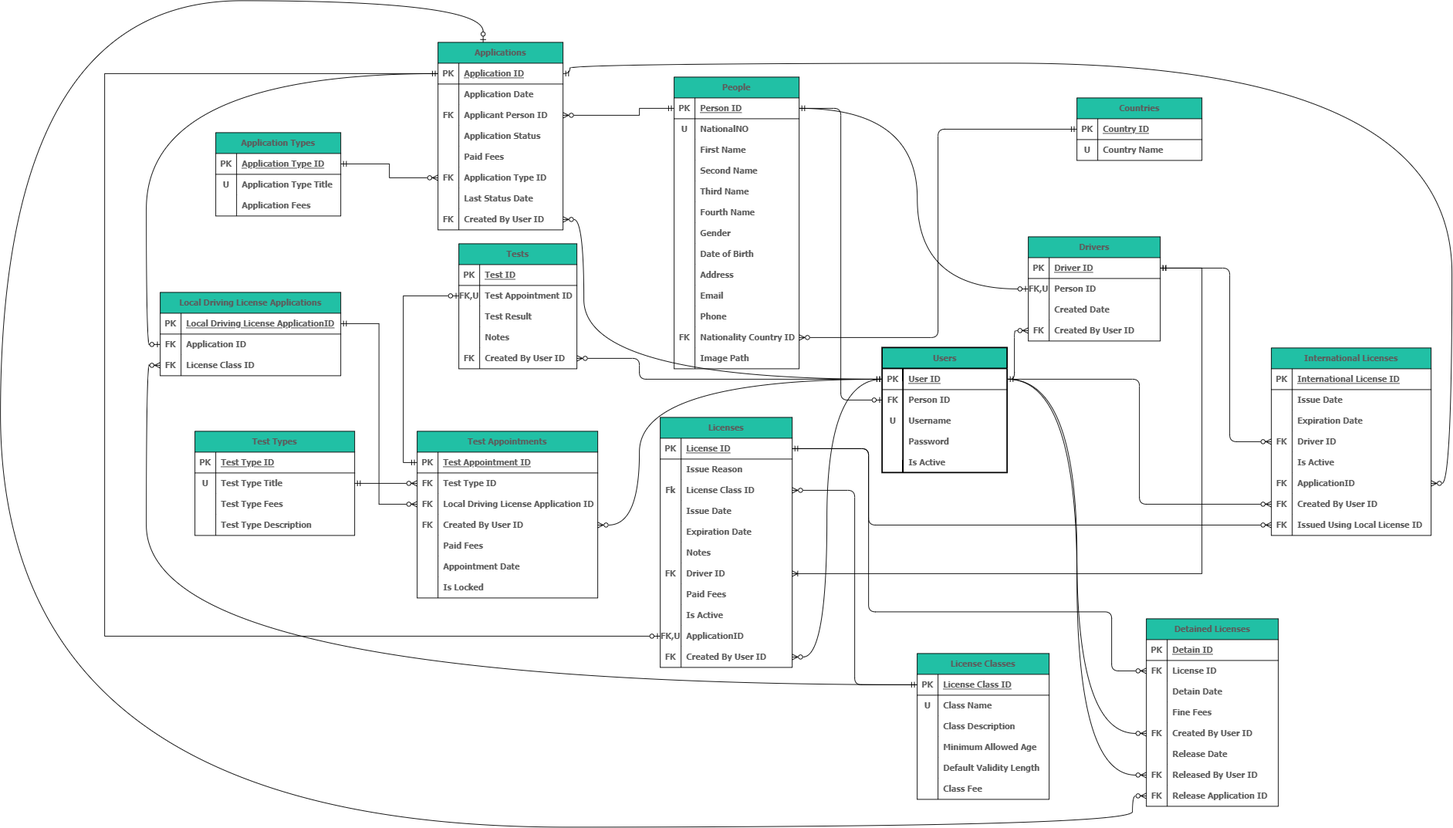
Earlier version of the draw.io export Docs/DVLD-Schema.png (N-Elhamidi/Driver-License-Management). Source tidied: cells renumbered, new cells last; positions are measured from the earlier drawing's top-left corner, leaving out a move shared by most shapes.
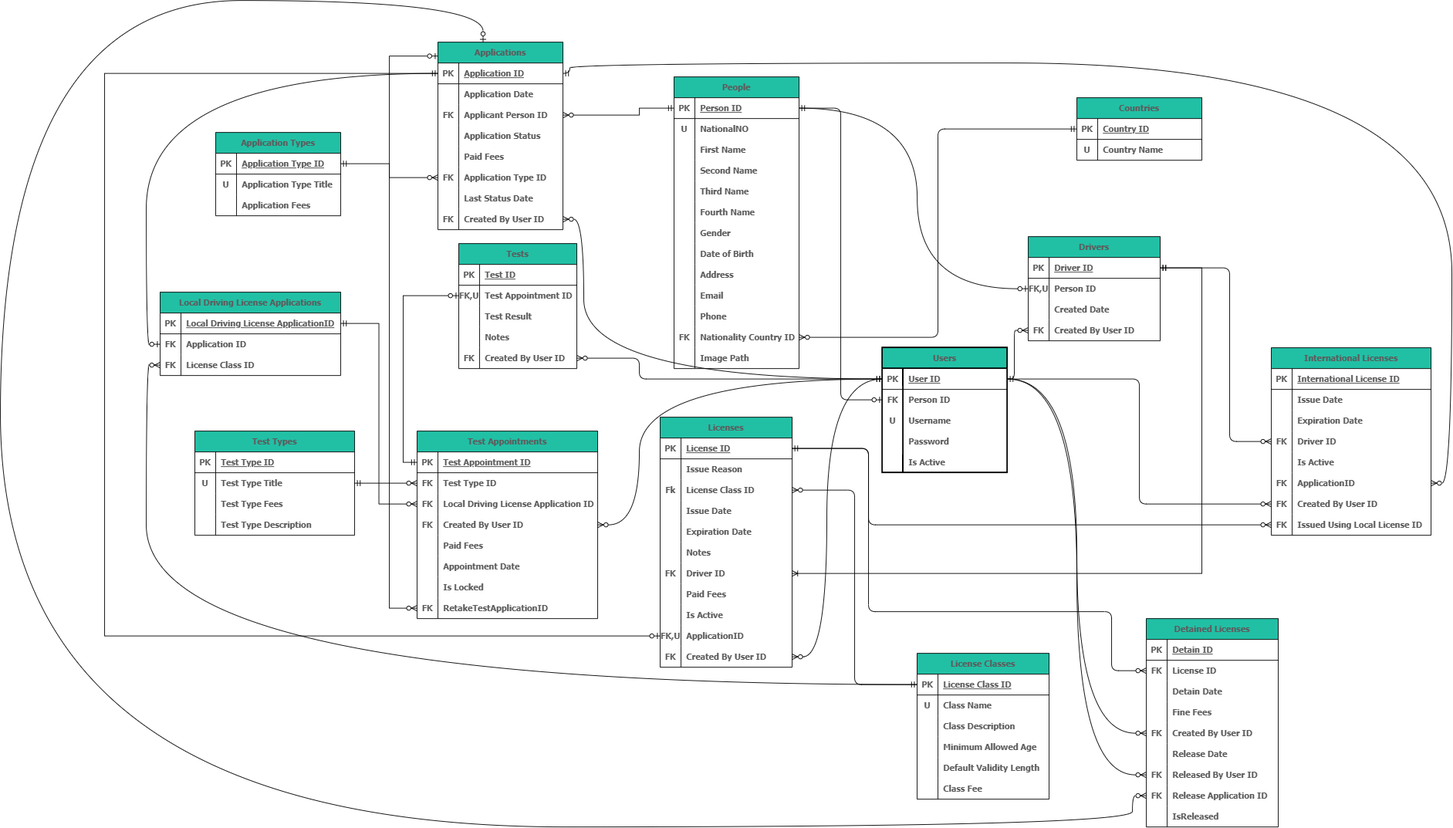
The same file after the commit.

Commit message:
Update TestAppointments table and add schema diagram picture

Change to the diagram source:
```diff
@@ -544,7 +544,7 @@
       <mxGeometry relative="1" as="geometry" />
     </mxCell>
     <mxCell id="179" value="Test Appointments" style="shape=table;startSize=30;rowLines=0;fontStyle=1;align=center;labelBackgroundColor=none;fillColor=#21C0A5;strokeColor=default;fontColor=#5C5C5C;rounded=0;strokeWidth=1;shadow=0;labelBorderColor=none;textShadow=0;fontFamily=Tahoma;swimlaneLine=1;" parent="1" vertex="1">
-      <mxGeometry x="600" y="620" width="260" height="240" as="geometry" />
+      <mxGeometry x="600" y="620" width="260" height="270" as="geometry" />
     </mxCell>
     <mxCell id="180" style="shape=tableRow;horizontal=0;startSize=0;swimlaneHead=0;swimlaneBody=0;fillColor=none;points=[[0,0.5],[1,0.5]];portConstraint=eastwest;top=0;left=0;right=0;bottom=1;labelBackgroundColor=none;strokeColor=default;fontColor=#5C5C5C;rounded=0;strokeWidth=1;shadow=0;fontStyle=1;labelBorderColor=none;textShadow=0;fontFamily=Tahoma;swimlaneLine=1;" parent="179" vertex="1">
       <mxGeometry y="30" width="260" height="30" as="geometry" />
@@ -609,6 +609,15 @@
     <mxCell id="200" value="Is Locked" style="shape=partialRectangle;fillColor=none;top=0;left=0;bottom=0;right=0;align=left;spacingLeft=6;overflow=hidden;labelBackgroundColor=none;strokeColor=default;fontColor=#5C5C5C;rounded=0;strokeWidth=1;shadow=0;fontStyle=1;labelBorderColor=none;textShadow=0;fontFamily=Tahoma;swimlaneLine=1;" parent="198" vertex="1">
       <mxGeometry x="30" width="230" height="30" as="geometry" />
     </mxCell>
+    <mxCell id="303" style="shape=tableRow;horizontal=0;startSize=0;swimlaneHead=0;swimlaneBody=0;fillColor=none;points=[[0,0.5],[1,0.5]];portConstraint=eastwest;top=0;left=0;right=0;bottom=0;labelBackgroundColor=none;strokeColor=default;fontColor=#5C5C5C;rounded=0;strokeWidth=1;shadow=0;fontStyle=1;labelBorderColor=none;textShadow=0;fontFamily=Tahoma;swimlaneLine=1;" parent="179" vertex="1">
+      <mxGeometry y="240" width="260" height="30" as="geometry" />
+    </mxCell>
+    <mxCell id="304" value="FK" style="shape=partialRectangle;fillColor=none;top=0;left=0;bottom=0;right=0;overflow=hidden;labelBackgroundColor=none;strokeColor=default;fontColor=#5C5C5C;rounded=0;strokeWidth=1;shadow=0;fontStyle=1;labelBorderColor=none;textShadow=0;fontFamily=Tahoma;swimlaneLine=1;" parent="303" vertex="1">
+      <mxGeometry width="30" height="30" as="geometry" />
+    </mxCell>
+    <mxCell id="305" value="RetakeTestApplicationID" style="shape=partialRectangle;fillColor=none;top=0;left=0;bottom=0;right=0;align=left;spacingLeft=6;overflow=hidden;labelBackgroundColor=none;strokeColor=default;fontColor=#5C5C5C;rounded=0;strokeWidth=1;shadow=0;fontStyle=1;labelBorderColor=none;textShadow=0;fontFamily=Tahoma;swimlaneLine=1;" parent="303" vertex="1">
+      <mxGeometry x="30" width="230" height="30" as="geometry" />
+    </mxCell>
     <mxCell id="201" style="edgeStyle=orthogonalEdgeStyle;rounded=0;jettySize=auto;html=1;entryX=0;entryY=0.5;entryDx=0;entryDy=0;endArrow=ERzeroToOne;endFill=0;strokeWidth=1;curved=1;" parent="1" edge="1" source="3" target="46">
       <mxGeometry relative="1" as="geometry">
         <Array as="points">
@@ -881,7 +890,7 @@
       </mxGeometry>
     </mxCell>
     <mxCell id="274" value="Detained Licenses" style="shape=table;startSize=30;rowLines=0;fontStyle=1;align=center;labelBackgroundColor=none;fillColor=#21C0A5;strokeColor=default;fontColor=#5C5C5C;rounded=0;strokeWidth=1;shadow=0;labelBorderColor=none;textShadow=0;fontFamily=Tahoma;swimlaneLine=1;" parent="1" vertex="1">
-      <mxGeometry x="1650" y="890" width="190" height="270" as="geometry" />
+      <mxGeometry x="1650" y="890" width="190" height="300" as="geometry" />
     </mxCell>
     <mxCell id="275" style="shape=tableRow;horizontal=0;startSize=0;swimlaneHead=0;swimlaneBody=0;fillColor=none;top=0;left=0;right=0;bottom=1;labelBackgroundColor=none;strokeColor=default;fontColor=#5C5C5C;rounded=0;strokeWidth=1;shadow=0;fontStyle=1;labelBorderColor=none;textShadow=0;fontFamily=Tahoma;swimlaneLine=1;" parent="274" vertex="1">
       <mxGeometry y="30" width="190" height="30" as="geometry" />
@@ -955,6 +964,15 @@
     <mxCell id="298" value="Release Application ID" style="shape=partialRectangle;fillColor=none;top=0;left=0;bottom=0;right=0;align=left;spacingLeft=6;overflow=hidden;labelBackgroundColor=none;strokeColor=default;fontColor=#5C5C5C;rounded=0;strokeWidth=1;shadow=0;fontStyle=1;labelBorderColor=none;textShadow=0;fontFamily=Tahoma;swimlaneLine=1;" parent="296" vertex="1">
       <mxGeometry x="30" width="160" height="30" as="geometry" />
     </mxCell>
+    <mxCell id="306" style="shape=tableRow;horizontal=0;startSize=0;swimlaneHead=0;swimlaneBody=0;fillColor=none;top=0;left=0;right=0;bottom=0;labelBackgroundColor=none;strokeColor=default;fontColor=#5C5C5C;rounded=0;strokeWidth=1;shadow=0;fontStyle=1;labelBorderColor=none;textShadow=0;fontFamily=Tahoma;swimlaneLine=1;" parent="274" vertex="1">
+      <mxGeometry y="270" width="190" height="30" as="geometry" />
+    </mxCell>
+    <mxCell id="307" style="shape=partialRectangle;fillColor=none;top=0;left=0;bottom=0;right=0;overflow=hidden;labelBackgroundColor=none;strokeColor=default;fontColor=#5C5C5C;rounded=0;strokeWidth=1;shadow=0;fontStyle=1;labelBorderColor=none;textShadow=0;fontFamily=Tahoma;swimlaneLine=1;" parent="306" vertex="1">
+      <mxGeometry width="30" height="30" as="geometry" />
+    </mxCell>
+    <mxCell id="308" value="IsReleased" style="shape=partialRectangle;fillColor=none;top=0;left=0;bottom=0;right=0;align=left;spacingLeft=6;overflow=hidden;labelBackgroundColor=none;strokeColor=default;fontColor=#5C5C5C;rounded=0;strokeWidth=1;shadow=0;fontStyle=1;labelBorderColor=none;textShadow=0;fontFamily=Tahoma;swimlaneLine=1;" parent="306" vertex="1">
+      <mxGeometry x="30" width="160" height="30" as="geometry" />
+    </mxCell>
     <mxCell id="299" style="edgeStyle=orthogonalEdgeStyle;rounded=1;jettySize=auto;html=1;entryX=1;entryY=0.5;entryDx=0;entryDy=0;endArrow=none;endFill=0;startArrow=ERzeroToMany;startFill=0;curved=0;" parent="1" edge="1" source="278" target="103">
       <mxGeometry relative="1" as="geometry">
         <Array as="points">
@@ -983,5 +1001,15 @@
         </Array>
       </mxGeometry>
     </mxCell>
+    <mxCell id="309" style="edgeStyle=orthogonalEdgeStyle;rounded=0;jettySize=auto;html=1;endArrow=ERzeroToOne;endFill=0;startArrow=ERzeroToMany;startFill=0;" parent="1" edge="1" source="303">
+      <mxGeometry relative="1" as="geometry">
+        <mxPoint x="630" y="80" as="targetPoint" />
+        <Array as="points">
+          <mxPoint x="560.1" y="875" />
+          <mxPoint x="560.1" y="80.1" />
+          <mxPoint x="630.1" y="80.1" />
+        </Array>
+      </mxGeometry>
+    </mxCell>
   </root>
 </mxGraphModel>
```
